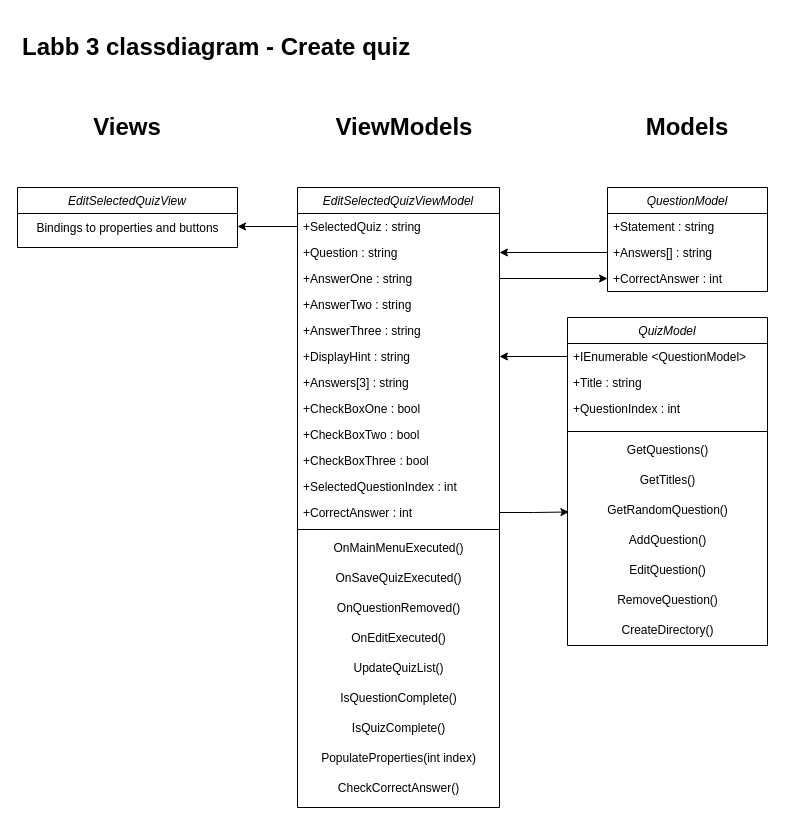
Above: Labb3-Ressurrection/Resources/Namnlöst diagram.drawio in MagSandberg/Labb3-Ressurrection (draw.io), before the change. Source tidied: cells renumbered, new cells numbered last; positions are measured from the earlier drawing's top-left corner, leaving out a move shared by most shapes. Both pictures are drawn from the tidied source at 100%, with x=0, y=0 at pixel (17, 27).
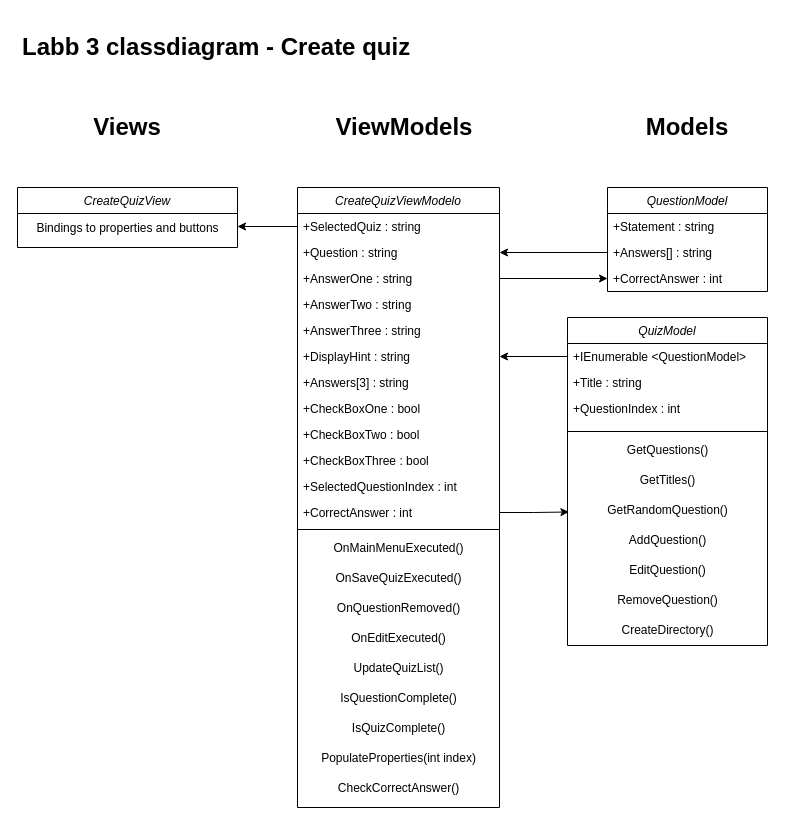
The same page after the edit.

Change to the diagram source:
```diff
@@
-    <mxCell id="22" value="EditSelectedQuizViewModel" style="swimlane;fontStyle=2;align=center;verticalAlign=top;horizontal=1;startSize=26;rounded=0;shadow=0;strokeWidth=1;" parent="1" vertex="1">
+    <mxCell id="22" value="CreateQuizViewModelo" style="swimlane;fontStyle=2;align=center;verticalAlign=top;horizontal=1;startSize=26;rounded=0;shadow=0;strokeWidth=1;" parent="1" vertex="1">
       <mxGeometry x="280" y="160" width="202" height="620" as="geometry" />
     </mxCell>
@@
-    <mxCell id="46" value="EditSelectedQuizView" style="swimlane;fontStyle=2;align=center;verticalAlign=top;horizontal=1;startSize=26;rounded=0;shadow=0;strokeWidth=1;" parent="1" vertex="1">
+    <mxCell id="46" value="CreateQuizView" style="swimlane;fontStyle=2;align=center;verticalAlign=top;horizontal=1;startSize=26;rounded=0;shadow=0;strokeWidth=1;" parent="1" vertex="1">
       <mxGeometry y="160" width="220" height="60" as="geometry" />
     </mxCell>
```
